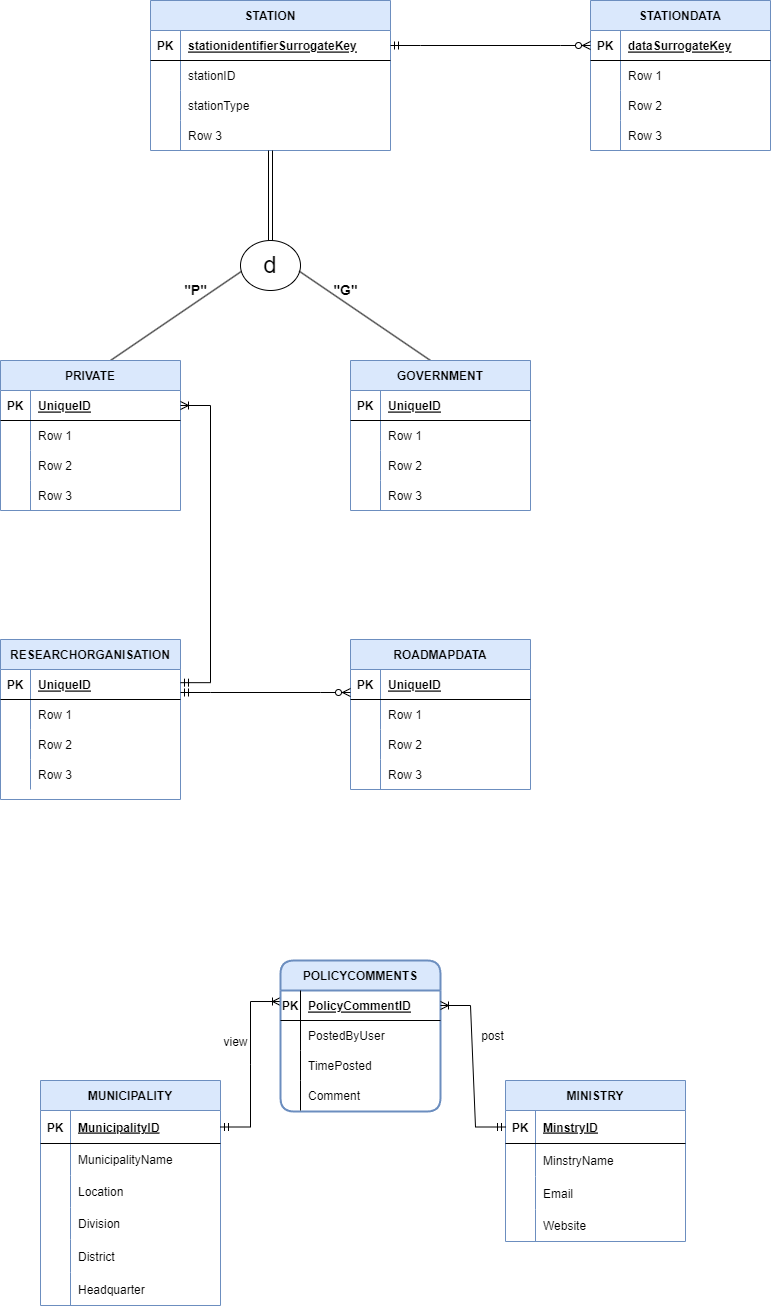
Above: ERDFinal.drawio.png in toushifhossain1/AirQualityMonitoringOfBangladesh (draw.io), before the change. Source tidied: cells renumbered, new cells last; positions are measured from the earlier drawing's top-left corner, leaving out a move shared by most shapes.
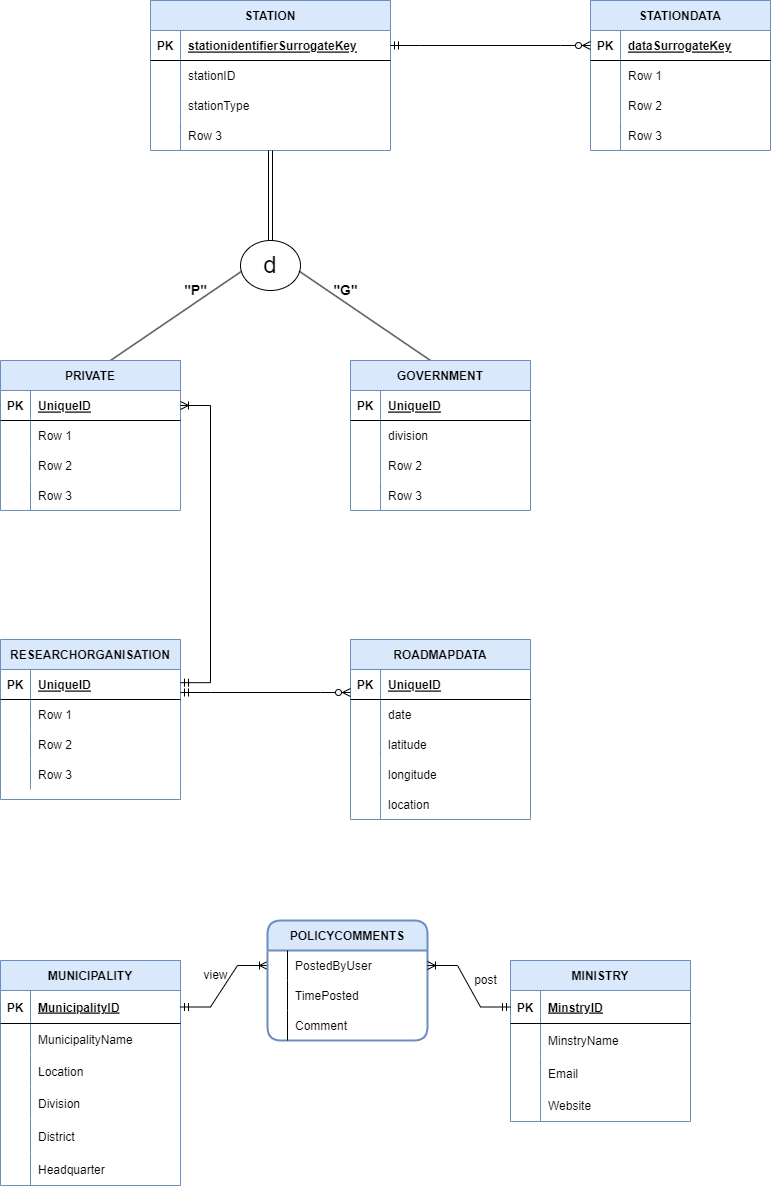
After the commit.

The edit, as a diff of the source:
```diff
@@ -3,7 +3,7 @@
     <mxCell id="0" />
     <mxCell id="1" parent="0" />
     <mxCell id="2" value="MUNICIPALITY" style="shape=table;startSize=30;rowLines=0;fontStyle=1;align=center;fillColor=#dae8fc;strokeColor=#6c8ebf;" parent="1" vertex="1">
-      <mxGeometry x="40" y="1080" width="180" height="225" as="geometry" />
+      <mxGeometry y="960" width="180" height="225" as="geometry" />
     </mxCell>
     <mxCell id="3" style="shape=tableRow;horizontal=0;startSize=0;swimlaneHead=0;swimlaneBody=0;fillColor=none;points=[[0,0.5],[1,0.5]];portConstraint=eastwest;top=0;left=0;right=0;bottom=1;" parent="2" vertex="1">
       <mxGeometry y="30" width="180" height="33" as="geometry" />
@@ -59,13 +59,11 @@
     <mxCell id="20" value="Headquarter" style="shape=partialRectangle;fillColor=none;top=0;left=0;bottom=0;right=0;align=left;spacingLeft=6;overflow=hidden;" parent="18" vertex="1">
       <mxGeometry x="30" width="150" height="33" as="geometry" />
     </mxCell>
-    <mxCell id="21" style="edgeStyle=entityRelationEdgeStyle;fontSize=12;html=1;endArrow=ERoneToMany;startArrow=ERmandOne;rounded=0;exitX=1;exitY=0.5;exitDx=0;exitDy=0;entryX=0;entryY=0.367;entryDx=0;entryDy=0;entryPerimeter=0;" parent="1" edge="1" source="3">
-      <mxGeometry relative="1" as="geometry">
-        <mxPoint x="280" y="1001" as="targetPoint" />
-      </mxGeometry>
+    <mxCell id="21" style="edgeStyle=entityRelationEdgeStyle;fontSize=12;html=1;endArrow=ERoneToMany;startArrow=ERmandOne;rounded=0;exitX=1;exitY=0.5;exitDx=0;exitDy=0;" parent="1" edge="1" source="3" target="40">
+      <mxGeometry relative="1" as="geometry" />
     </mxCell>
     <mxCell id="22" value="MINISTRY" style="shape=table;startSize=30;rowLines=0;fontStyle=1;align=center;fillColor=#dae8fc;strokeColor=#6c8ebf;" parent="1" vertex="1">
-      <mxGeometry x="505" y="1080" width="180" height="161" as="geometry" />
+      <mxGeometry x="510" y="960" width="180" height="161" as="geometry" />
     </mxCell>
     <mxCell id="23" style="shape=tableRow;horizontal=0;startSize=0;swimlaneHead=0;swimlaneBody=0;fillColor=none;points=[[0,0.5],[1,0.5]];portConstraint=eastwest;top=0;left=0;right=0;bottom=1;" parent="22" vertex="1">
       <mxGeometry y="30" width="180" height="33" as="geometry" />
@@ -104,22 +102,13 @@
       <mxGeometry x="30" width="150" height="32" as="geometry" />
     </mxCell>
     <mxCell id="35" value="POLICYCOMMENTS" style="swimlane;horizontal=1;startSize=30;rounded=1;fontSize=12;fontStyle=1;strokeWidth=2;shadow=0;dashed=0;align=center;swimlaneLine=1;fillColor=#dae8fc;strokeColor=#6c8ebf;" parent="1" vertex="1">
-      <mxGeometry x="280" y="960" width="160" height="151" as="geometry" />
+      <mxGeometry x="267" y="920" width="160" height="120" as="geometry" />
     </mxCell>
     <mxCell id="36" style="shape=table;startSize=0;rowLines=0;fontStyle=0;align=center;strokeColor=none;fillColor=none;rounded=0;sketch=0;shadow=0;swimlaneLine=1;" parent="35" vertex="1">
-      <mxGeometry y="30" width="160" height="121" as="geometry" />
+      <mxGeometry y="30" width="160" height="90" as="geometry" />
     </mxCell>
-    <mxCell id="37" style="shape=tableRow;horizontal=0;startSize=0;swimlaneHead=0;swimlaneBody=0;fillColor=none;points=[[0,0.5],[1,0.5]];portConstraint=eastwest;top=0;left=0;right=0;bottom=1;" parent="36" vertex="1">
-      <mxGeometry width="160" height="30" as="geometry" />
-    </mxCell>
-    <mxCell id="38" value="PK" style="shape=partialRectangle;fillColor=none;top=0;left=0;bottom=0;right=1;fontStyle=1;overflow=hidden;shadow=0;sketch=0;" parent="37" vertex="1">
-      <mxGeometry width="20" height="30" as="geometry" />
-    </mxCell>
-    <mxCell id="39" value="PolicyCommentID" style="shape=partialRectangle;fillColor=none;top=0;left=0;bottom=0;right=0;align=left;spacingLeft=6;fontStyle=5;overflow=hidden;" parent="37" vertex="1">
-      <mxGeometry x="20" width="140" height="30" as="geometry" />
-    </mxCell>
     <mxCell id="40" style="shape=tableRow;horizontal=0;startSize=0;swimlaneHead=0;swimlaneBody=0;fillColor=none;points=[[0,0.5],[1,0.5]];portConstraint=eastwest;top=0;left=0;right=0;bottom=0;rounded=0;shadow=0;sketch=0;" parent="36" vertex="1">
-      <mxGeometry y="30" width="160" height="30" as="geometry" />
+      <mxGeometry width="160" height="30" as="geometry" />
     </mxCell>
     <mxCell id="41" style="shape=partialRectangle;fillColor=none;top=0;left=0;bottom=0;right=1;overflow=hidden;rounded=0;shadow=0;sketch=0;" parent="40" vertex="1">
       <mxGeometry width="20" height="30" as="geometry" />
@@ -128,7 +117,7 @@
       <mxGeometry x="20" width="140" height="30" as="geometry" />
     </mxCell>
     <mxCell id="43" style="shape=tableRow;horizontal=0;startSize=0;swimlaneHead=0;swimlaneBody=0;fillColor=none;top=0;left=0;right=0;bottom=0;rounded=0;shadow=0;sketch=0;" parent="36" vertex="1">
-      <mxGeometry y="60" width="160" height="30" as="geometry" />
+      <mxGeometry y="30" width="160" height="30" as="geometry" />
     </mxCell>
     <mxCell id="44" style="shape=partialRectangle;fillColor=none;top=0;left=0;bottom=0;right=1;overflow=hidden;rounded=0;shadow=0;sketch=0;" parent="43" vertex="1">
       <mxGeometry width="20" height="30" as="geometry" />
@@ -137,7 +126,7 @@
       <mxGeometry x="20" width="140" height="30" as="geometry" />
     </mxCell>
     <mxCell id="46" style="shape=tableRow;horizontal=0;startSize=0;swimlaneHead=0;swimlaneBody=0;fillColor=none;top=0;left=0;right=0;bottom=0;rounded=0;shadow=0;sketch=0;" parent="36" vertex="1">
-      <mxGeometry y="90" width="160" height="30" as="geometry" />
+      <mxGeometry y="60" width="160" height="30" as="geometry" />
     </mxCell>
     <mxCell id="47" style="shape=partialRectangle;fillColor=none;top=0;left=0;bottom=0;right=1;overflow=hidden;rounded=0;shadow=0;sketch=0;" parent="46" vertex="1">
       <mxGeometry width="20" height="30" as="geometry" />
@@ -145,14 +134,14 @@
     <mxCell id="48" value="Comment" style="shape=partialRectangle;fillColor=none;top=0;left=0;bottom=0;right=0;align=left;spacingLeft=6;overflow=hidden;rounded=0;shadow=0;sketch=0;" parent="46" vertex="1">
       <mxGeometry x="20" width="140" height="30" as="geometry" />
     </mxCell>
-    <mxCell id="49" style="edgeStyle=entityRelationEdgeStyle;fontSize=12;html=1;endArrow=ERoneToMany;startArrow=ERmandOne;rounded=0;exitX=0;exitY=0.5;exitDx=0;exitDy=0;entryX=1;entryY=0.5;entryDx=0;entryDy=0;" parent="1" edge="1" source="23" target="37">
+    <mxCell id="49" style="edgeStyle=entityRelationEdgeStyle;fontSize=12;html=1;endArrow=ERoneToMany;startArrow=ERmandOne;rounded=0;exitX=0;exitY=0.5;exitDx=0;exitDy=0;entryX=1;entryY=0.5;entryDx=0;entryDy=0;" parent="1" edge="1" source="23" target="40">
       <mxGeometry relative="1" as="geometry" />
     </mxCell>
     <mxCell id="50" value="post" style="text;html=1;align=center;verticalAlign=middle;strokeColor=none;fillColor=none;" parent="1" vertex="1">
-      <mxGeometry x="467" y="1020.5" width="50" height="30" as="geometry" />
+      <mxGeometry x="460" y="965" width="50" height="30" as="geometry" />
     </mxCell>
     <mxCell id="51" value="view" style="text;html=1;align=center;verticalAlign=middle;strokeColor=none;fillColor=none;" parent="1" vertex="1">
-      <mxGeometry x="210" y="1027" width="50" height="30" as="geometry" />
+      <mxGeometry x="190" y="960" width="50" height="30" as="geometry" />
     </mxCell>
     <mxCell id="52" value="STATION" style="shape=table;startSize=30;rowLines=0;fontStyle=1;align=center;fillColor=#DAE8FC;strokeColor=#6c8ebf;" parent="1" vertex="1">
       <mxGeometry x="150" width="240" height="150" as="geometry" />
@@ -308,7 +297,7 @@
     <mxCell id="101" style="shape=partialRectangle;fillColor=none;top=0;left=0;bottom=0;right=0;overflow=hidden;" parent="100" vertex="1">
       <mxGeometry width="30" height="30" as="geometry" />
     </mxCell>
-    <mxCell id="102" value="Row 1" style="shape=partialRectangle;fillColor=none;top=0;left=0;bottom=0;right=0;align=left;spacingLeft=6;overflow=hidden;" parent="100" vertex="1">
+    <mxCell id="102" value="division" style="shape=partialRectangle;fillColor=none;top=0;left=0;bottom=0;right=0;align=left;spacingLeft=6;overflow=hidden;" parent="100" vertex="1">
       <mxGeometry x="30" width="150" height="30" as="geometry" />
     </mxCell>
     <mxCell id="103" style="shape=tableRow;horizontal=0;startSize=0;swimlaneHead=0;swimlaneBody=0;fillColor=none;top=0;left=0;right=0;bottom=0;" parent="96" vertex="1">
@@ -369,7 +358,7 @@
       <mxGeometry x="30" width="150" height="30" as="geometry" />
     </mxCell>
     <mxCell id="122" value="ROADMAPDATA" style="shape=table;startSize=30;rowLines=0;fontStyle=1;align=center;fillColor=#DAE8FC;strokeColor=#6C8EBF;" parent="1" vertex="1">
-      <mxGeometry x="350" y="639" width="180" height="150" as="geometry" />
+      <mxGeometry x="350" y="639" width="180" height="180" as="geometry" />
     </mxCell>
     <mxCell id="123" style="shape=tableRow;horizontal=0;startSize=0;swimlaneHead=0;swimlaneBody=0;fillColor=none;top=0;left=0;right=0;bottom=1;" parent="122" vertex="1">
       <mxGeometry y="30" width="180" height="30" as="geometry" />
@@ -386,7 +375,7 @@
     <mxCell id="127" style="shape=partialRectangle;fillColor=none;top=0;left=0;bottom=0;right=0;overflow=hidden;" parent="126" vertex="1">
       <mxGeometry width="30" height="30" as="geometry" />
     </mxCell>
-    <mxCell id="128" value="Row 1" style="shape=partialRectangle;fillColor=none;top=0;left=0;bottom=0;right=0;align=left;spacingLeft=6;overflow=hidden;" parent="126" vertex="1">
+    <mxCell id="128" value="date" style="shape=partialRectangle;fillColor=none;top=0;left=0;bottom=0;right=0;align=left;spacingLeft=6;overflow=hidden;" parent="126" vertex="1">
       <mxGeometry x="30" width="150" height="30" as="geometry" />
     </mxCell>
     <mxCell id="129" style="shape=tableRow;horizontal=0;startSize=0;swimlaneHead=0;swimlaneBody=0;fillColor=none;top=0;left=0;right=0;bottom=0;" parent="122" vertex="1">
@@ -395,7 +384,7 @@
     <mxCell id="130" style="shape=partialRectangle;fillColor=none;top=0;left=0;bottom=0;right=0;overflow=hidden;" parent="129" vertex="1">
       <mxGeometry width="30" height="30" as="geometry" />
     </mxCell>
-    <mxCell id="131" value="Row 2" style="shape=partialRectangle;fillColor=none;top=0;left=0;bottom=0;right=0;align=left;spacingLeft=6;overflow=hidden;" parent="129" vertex="1">
+    <mxCell id="131" value="latitude" style="shape=partialRectangle;fillColor=none;top=0;left=0;bottom=0;right=0;align=left;spacingLeft=6;overflow=hidden;" parent="129" vertex="1">
       <mxGeometry x="30" width="150" height="30" as="geometry" />
     </mxCell>
     <mxCell id="132" style="shape=tableRow;horizontal=0;startSize=0;swimlaneHead=0;swimlaneBody=0;fillColor=none;top=0;left=0;right=0;bottom=0;" parent="122" vertex="1">
@@ -404,9 +393,18 @@
     <mxCell id="133" style="shape=partialRectangle;fillColor=none;top=0;left=0;bottom=0;right=0;overflow=hidden;" parent="132" vertex="1">
       <mxGeometry width="30" height="30" as="geometry" />
     </mxCell>
-    <mxCell id="134" value="Row 3" style="shape=partialRectangle;fillColor=none;top=0;left=0;bottom=0;right=0;align=left;spacingLeft=6;overflow=hidden;" parent="132" vertex="1">
+    <mxCell id="134" value="longitude" style="shape=partialRectangle;fillColor=none;top=0;left=0;bottom=0;right=0;align=left;spacingLeft=6;overflow=hidden;" parent="132" vertex="1">
       <mxGeometry x="30" width="150" height="30" as="geometry" />
     </mxCell>
+    <mxCell id="140" style="shape=tableRow;horizontal=0;startSize=0;swimlaneHead=0;swimlaneBody=0;fillColor=none;top=0;left=0;right=0;bottom=0;" parent="122" vertex="1">
+      <mxGeometry y="150" width="180" height="30" as="geometry" />
+    </mxCell>
+    <mxCell id="141" style="shape=partialRectangle;fillColor=none;top=0;left=0;bottom=0;right=0;overflow=hidden;" parent="140" vertex="1">
+      <mxGeometry width="30" height="30" as="geometry" />
+    </mxCell>
+    <mxCell id="142" value="location" style="shape=partialRectangle;fillColor=none;top=0;left=0;bottom=0;right=0;align=left;spacingLeft=6;overflow=hidden;" parent="140" vertex="1">
+      <mxGeometry x="30" width="150" height="30" as="geometry" />
+    </mxCell>
     <mxCell id="135" style="edgeStyle=entityRelationEdgeStyle;fontSize=12;html=1;endArrow=ERzeroToMany;startArrow=ERmandOne;rounded=0;entryX=0;entryY=0.5;entryDx=0;entryDy=0;" parent="1" edge="1" source="53" target="66">
       <mxGeometry relative="1" as="geometry" />
     </mxCell>
```
